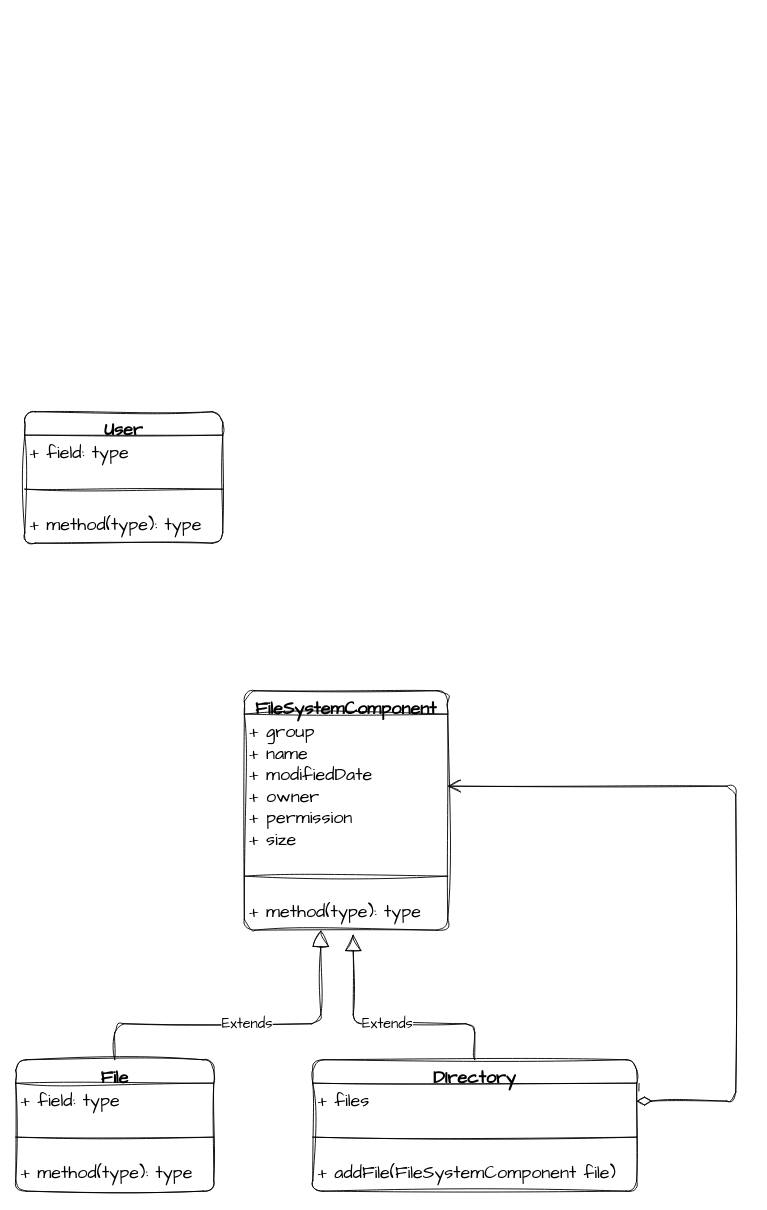
The draw.io diagram UML.drawio in Dekr0/SFS, before the edit. Source tidied: cells renumbered, new cells numbered last; positions are measured from the earlier drawing's top-left corner, leaving out a move shared by most shapes. Both pictures are drawn from the tidied source at 90%, with x=0, y=0 at pixel (15, 411).
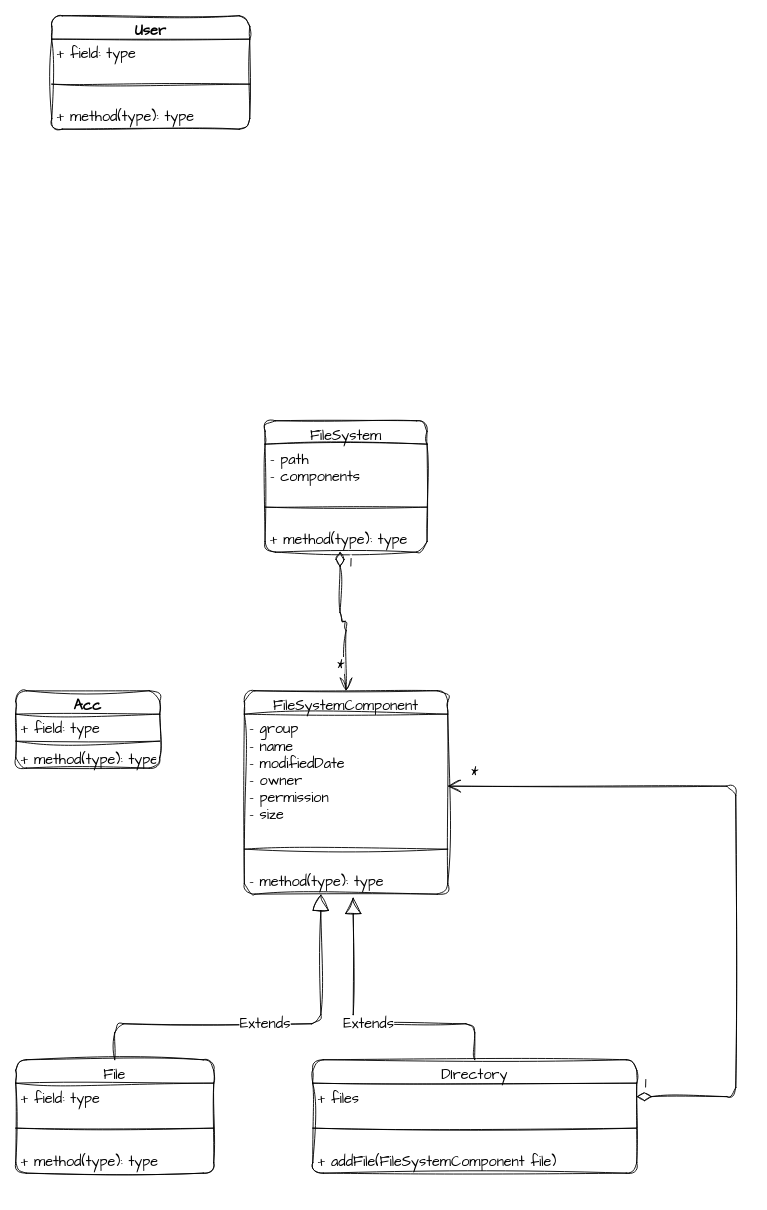
Above is the later version.

The edit, as a diff of the source:
```diff
@@
-    <mxCell id="2" value="FileSystemComponent&#10;" style="swimlane;fontStyle=1;align=center;verticalAlign=top;horizontal=1;startSize=26;rounded=1;hachureGap=4;fontFamily=Architects Daughter;fontSize=20;sketch=1;curveFitting=1;jiggle=2;" parent="1" vertex="1">
-      <mxGeometry x="254" y="310" width="226" height="266" as="geometry" />
+    <mxCell id="2" value="FileSystemComponent&#10;" style="swimlane;fontStyle=0;align=center;verticalAlign=top;horizontal=1;startSize=26;rounded=1;hachureGap=4;fontFamily=Architects Daughter;fontSize=16;sketch=1;curveFitting=1;jiggle=2;" parent="1" vertex="1">
+      <mxGeometry x="254" y="310" width="226" height="226" as="geometry" />
     </mxCell>
-    <mxCell id="3" value="+ group&#10;+ name&#10;+ modifiedDate&#10;+ owner&#10;+ permission&#10;+ size&#10;" style="text;strokeColor=none;fillColor=none;align=left;verticalAlign=top;spacingLeft=4;spacingRight=4;overflow=hidden;points=[[0,0.5],[1,0.5]];portConstraint=eastwest;rounded=1;hachureGap=4;fontFamily=Architects Daughter;fontSize=20;sketch=1;curveFitting=1;jiggle=2;" parent="2" vertex="1">
-      <mxGeometry y="26" width="226" height="160" as="geometry" />
+    <mxCell id="3" value="- group&#10;- name&#10;- modifiedDate&#10;- owner&#10;- permission&#10;- size&#10;" style="text;strokeColor=none;fillColor=none;align=left;verticalAlign=top;spacingLeft=4;spacingRight=4;overflow=hidden;points=[[0,0.5],[1,0.5]];portConstraint=eastwest;rounded=1;hachureGap=4;fontFamily=Architects Daughter;fontSize=16;sketch=1;curveFitting=1;jiggle=2;" parent="2" vertex="1">
+      <mxGeometry y="26" width="226" height="130" as="geometry" />
     </mxCell>
-    <mxCell id="4" style="line;strokeWidth=1;fillColor=none;align=left;verticalAlign=middle;spacingTop=-1;spacingLeft=3;spacingRight=3;labelPosition=right;strokeColor=inherit;rounded=1;hachureGap=4;fontFamily=Architects Daughter;fontSize=20;sketch=1;curveFitting=1;jiggle=2;" parent="2" vertex="1">
-      <mxGeometry y="186" width="226" height="40" as="geometry" />
+    <mxCell id="4" style="line;strokeWidth=1;fillColor=none;align=left;verticalAlign=middle;spacingTop=-1;spacingLeft=3;spacingRight=3;labelPosition=right;strokeColor=inherit;rounded=1;hachureGap=4;fontFamily=Architects Daughter;fontSize=16;sketch=1;curveFitting=1;jiggle=2;" parent="2" vertex="1">
+      <mxGeometry y="156" width="226" height="40" as="geometry" />
     </mxCell>
-    <mxCell id="5" value="+ method(type): type" style="text;strokeColor=none;fillColor=none;align=left;verticalAlign=top;spacingLeft=4;spacingRight=4;overflow=hidden;points=[[0,0.5],[1,0.5]];portConstraint=eastwest;rounded=1;hachureGap=4;fontFamily=Architects Daughter;fontSize=20;sketch=1;curveFitting=1;jiggle=2;" parent="2" vertex="1">
-      <mxGeometry y="226" width="226" height="40" as="geometry" />
+    <mxCell id="5" value="- method(type): type" style="text;strokeColor=none;fillColor=none;align=left;verticalAlign=top;spacingLeft=4;spacingRight=4;overflow=hidden;points=[[0,0.5],[1,0.5]];portConstraint=eastwest;rounded=1;hachureGap=4;fontFamily=Architects Daughter;fontSize=16;sketch=1;curveFitting=1;jiggle=2;" parent="2" vertex="1">
+      <mxGeometry y="196" width="226" height="30" as="geometry" />
     </mxCell>
-    <mxCell id="6" value="File" style="swimlane;fontStyle=1;align=center;verticalAlign=top;horizontal=1;startSize=26;rounded=1;hachureGap=4;fontFamily=Architects Daughter;fontSize=20;sketch=1;curveFitting=1;jiggle=2;" parent="1" vertex="1">
-      <mxGeometry y="720" width="220" height="146" as="geometry" />
+    <mxCell id="6" value="File" style="swimlane;fontStyle=0;align=center;verticalAlign=top;horizontal=1;startSize=26;rounded=1;hachureGap=4;fontFamily=Architects Daughter;fontSize=16;sketch=1;curveFitting=1;jiggle=2;" parent="1" vertex="1">
+      <mxGeometry y="720" width="220" height="126" as="geometry" />
     </mxCell>
-    <mxCell id="7" value="+ field: type" style="text;strokeColor=none;fillColor=none;align=left;verticalAlign=top;spacingLeft=4;spacingRight=4;overflow=hidden;rounded=1;hachureGap=4;fontFamily=Architects Daughter;fontSize=20;sketch=1;curveFitting=1;jiggle=2;" parent="6" vertex="1">
-      <mxGeometry y="26" width="220" height="40" as="geometry" />
+    <mxCell id="7" value="+ field: type" style="text;strokeColor=none;fillColor=none;align=left;verticalAlign=top;spacingLeft=4;spacingRight=4;overflow=hidden;rounded=1;hachureGap=4;fontFamily=Architects Daughter;fontSize=16;sketch=1;curveFitting=1;jiggle=2;" parent="6" vertex="1">
+      <mxGeometry y="26" width="220" height="30" as="geometry" />
     </mxCell>
-    <mxCell id="8" style="line;strokeWidth=1;fillColor=none;align=left;verticalAlign=middle;spacingTop=-1;spacingLeft=3;spacingRight=3;labelPosition=right;strokeColor=inherit;rounded=1;hachureGap=4;fontFamily=Architects Daughter;fontSize=20;sketch=1;curveFitting=1;jiggle=2;" parent="6" vertex="1">
-      <mxGeometry y="66" width="220" height="40" as="geometry" />
+    <mxCell id="8" style="line;strokeWidth=1;fillColor=none;align=left;verticalAlign=middle;spacingTop=-1;spacingLeft=3;spacingRight=3;labelPosition=right;strokeColor=inherit;rounded=1;hachureGap=4;fontFamily=Architects Daughter;fontSize=16;sketch=1;curveFitting=1;jiggle=2;" parent="6" vertex="1">
+      <mxGeometry y="56" width="220" height="40" as="geometry" />
     </mxCell>
-    <mxCell id="9" value="+ method(type): type" style="text;strokeColor=none;fillColor=none;align=left;verticalAlign=top;spacingLeft=4;spacingRight=4;overflow=hidden;rounded=1;hachureGap=4;fontFamily=Architects Daughter;fontSize=20;sketch=1;curveFitting=1;jiggle=2;" parent="6" vertex="1">
-      <mxGeometry y="106" width="220" height="40" as="geometry" />
+    <mxCell id="9" value="+ method(type): type" style="text;strokeColor=none;fillColor=none;align=left;verticalAlign=top;spacingLeft=4;spacingRight=4;overflow=hidden;rounded=1;hachureGap=4;fontFamily=Architects Daughter;fontSize=16;sketch=1;curveFitting=1;jiggle=2;" parent="6" vertex="1">
+      <mxGeometry y="96" width="220" height="30" as="geometry" />
     </mxCell>
-    <mxCell id="10" value="DIrectory" style="swimlane;fontStyle=1;align=center;verticalAlign=top;horizontal=1;startSize=26;rounded=1;hachureGap=4;fontFamily=Architects Daughter;fontSize=20;sketch=1;curveFitting=1;jiggle=2;" parent="1" vertex="1">
-      <mxGeometry x="330" y="720" width="360" height="146" as="geometry" />
+    <mxCell id="10" value="DIrectory" style="swimlane;fontStyle=0;align=center;verticalAlign=top;horizontal=1;startSize=26;rounded=1;hachureGap=4;fontFamily=Architects Daughter;fontSize=16;sketch=1;curveFitting=1;jiggle=2;" parent="1" vertex="1">
+      <mxGeometry x="330" y="720" width="360" height="126" as="geometry" />
     </mxCell>
-    <mxCell id="11" value="+ files&#10;" style="text;strokeColor=none;fillColor=none;align=left;verticalAlign=top;spacingLeft=4;spacingRight=4;overflow=hidden;points=[[0,0.5],[1,0.5]];portConstraint=eastwest;rounded=1;hachureGap=4;fontFamily=Architects Daughter;fontSize=20;sketch=1;curveFitting=1;jiggle=2;" parent="10" vertex="1">
-      <mxGeometry y="26" width="360" height="40" as="geometry" />
+    <mxCell id="11" value="+ files&#10;" style="text;strokeColor=none;fillColor=none;align=left;verticalAlign=top;spacingLeft=4;spacingRight=4;overflow=hidden;points=[[0,0.5],[1,0.5]];portConstraint=eastwest;rounded=1;hachureGap=4;fontFamily=Architects Daughter;fontSize=16;sketch=1;curveFitting=1;jiggle=2;" parent="10" vertex="1">
+      <mxGeometry y="26" width="360" height="30" as="geometry" />
     </mxCell>
-    <mxCell id="12" style="line;strokeWidth=1;fillColor=none;align=left;verticalAlign=middle;spacingTop=-1;spacingLeft=3;spacingRight=3;labelPosition=right;strokeColor=inherit;rounded=1;hachureGap=4;fontFamily=Architects Daughter;fontSize=20;sketch=1;curveFitting=1;jiggle=2;" parent="10" vertex="1">
-      <mxGeometry y="66" width="360" height="40" as="geometry" />
+    <mxCell id="12" style="line;strokeWidth=1;fillColor=none;align=left;verticalAlign=middle;spacingTop=-1;spacingLeft=3;spacingRight=3;labelPosition=right;strokeColor=inherit;rounded=1;hachureGap=4;fontFamily=Architects Daughter;fontSize=16;sketch=1;curveFitting=1;jiggle=2;" parent="10" vertex="1">
+      <mxGeometry y="56" width="360" height="40" as="geometry" />
     </mxCell>
-    <mxCell id="13" value="+ addFile(FileSystemComponent file)" style="text;strokeColor=none;fillColor=none;align=left;verticalAlign=top;spacingLeft=4;spacingRight=4;overflow=hidden;rounded=1;hachureGap=4;fontFamily=Architects Daughter;fontSize=20;sketch=1;curveFitting=1;jiggle=2;" parent="10" vertex="1">
-      <mxGeometry y="106" width="360" height="40" as="geometry" />
+    <mxCell id="13" value="+ addFile(FileSystemComponent file)" style="text;strokeColor=none;fillColor=none;align=left;verticalAlign=top;spacingLeft=4;spacingRight=4;overflow=hidden;rounded=1;hachureGap=4;fontFamily=Architects Daughter;fontSize=16;sketch=1;curveFitting=1;jiggle=2;" parent="10" vertex="1">
+      <mxGeometry y="96" width="360" height="30" as="geometry" />
     </mxCell>
-    <mxCell id="14" value="1" style="endArrow=open;html=1;endSize=12;startArrow=diamondThin;startSize=14;startFill=0;edgeStyle=orthogonalEdgeStyle;align=left;verticalAlign=bottom;rounded=1;sketch=1;hachureGap=4;jiggle=2;curveFitting=1;fontFamily=Architects Daughter;fontSize=16;exitX=1;exitY=0.5;exitDx=0;exitDy=0;entryX=1;entryY=0.5;entryDx=0;entryDy=0;" parent="1" edge="1" source="11" target="3">
-      <mxGeometry x="-1" y="3" relative="1" as="geometry">
+    <mxCell id="14" style="endArrow=open;html=1;endSize=12;startArrow=diamondThin;startSize=14;startFill=0;edgeStyle=orthogonalEdgeStyle;align=left;verticalAlign=bottom;rounded=1;sketch=1;hachureGap=4;jiggle=2;curveFitting=1;fontFamily=Architects Daughter;fontSize=16;exitX=1;exitY=0.5;exitDx=0;exitDy=0;" parent="1" edge="1" source="11" target="3">
+      <mxGeometry x="0.95" y="-15" relative="1" as="geometry">
         <Array as="points">
-          <mxPoint x="800" y="766" />
+          <mxPoint x="800" y="761" />
           <mxPoint x="800" y="416" />
         </Array>
       </mxGeometry>
     </mxCell>
+    <mxCell id="21" value="1" style="edgeLabel;html=1;align=center;verticalAlign=middle;fontSize=16;fontFamily=Architects Daughter;" parent="14" vertex="1">
+      <mxGeometry x="-0.92" y="1" relative="1" as="geometry">
+        <mxPoint x="-22" y="-14" as="offset" />
+      </mxGeometry>
+    </mxCell>
+    <mxCell id="22" value="*" style="edgeLabel;html=1;align=center;verticalAlign=middle;fontSize=16;fontFamily=Architects Daughter;" parent="14" vertex="1">
+      <mxGeometry x="0.98" relative="1" as="geometry">
+        <mxPoint x="21" y="-16" as="offset" />
+      </mxGeometry>
+    </mxCell>
@@
-    <mxCell id="17" value="User" style="swimlane;fontStyle=1;align=center;verticalAlign=top;horizontal=1;startSize=26;rounded=1;sketch=1;hachureGap=4;jiggle=2;curveFitting=1;fontFamily=Architects Daughter;fontSize=20;" parent="1" vertex="1">
-      <mxGeometry x="10" width="220" height="146" as="geometry" />
+    <mxCell id="17" value="User" style="swimlane;fontStyle=1;align=center;verticalAlign=top;horizontal=1;startSize=26;rounded=1;sketch=1;hachureGap=4;jiggle=2;curveFitting=1;fontFamily=Architects Daughter;fontSize=16;" parent="1" vertex="1">
+      <mxGeometry x="40" y="-440" width="220" height="126" as="geometry" />
     </mxCell>
-    <mxCell id="18" value="+ field: type" style="text;strokeColor=none;fillColor=none;align=left;verticalAlign=top;spacingLeft=4;spacingRight=4;overflow=hidden;rounded=1;sketch=1;hachureGap=4;jiggle=2;curveFitting=1;fontFamily=Architects Daughter;fontSize=20;" parent="17" vertex="1">
-      <mxGeometry y="26" width="220" height="40" as="geometry" />
+    <mxCell id="18" value="+ field: type" style="text;strokeColor=none;fillColor=none;align=left;verticalAlign=top;spacingLeft=4;spacingRight=4;overflow=hidden;rounded=1;sketch=1;hachureGap=4;jiggle=2;curveFitting=1;fontFamily=Architects Daughter;fontSize=16;" parent="17" vertex="1">
+      <mxGeometry y="26" width="220" height="30" as="geometry" />
     </mxCell>
-    <mxCell id="19" style="line;strokeWidth=1;fillColor=none;align=left;verticalAlign=middle;spacingTop=-1;spacingLeft=3;spacingRight=3;labelPosition=right;strokeColor=inherit;rounded=1;sketch=1;hachureGap=4;jiggle=2;curveFitting=1;fontFamily=Architects Daughter;fontSize=20;" parent="17" vertex="1">
-      <mxGeometry y="66" width="220" height="40" as="geometry" />
+    <mxCell id="19" style="line;strokeWidth=1;fillColor=none;align=left;verticalAlign=middle;spacingTop=-1;spacingLeft=3;spacingRight=3;labelPosition=right;strokeColor=inherit;rounded=1;sketch=1;hachureGap=4;jiggle=2;curveFitting=1;fontFamily=Architects Daughter;fontSize=16;" parent="17" vertex="1">
+      <mxGeometry y="56" width="220" height="40" as="geometry" />
     </mxCell>
-    <mxCell id="20" value="+ method(type): type" style="text;strokeColor=none;fillColor=none;align=left;verticalAlign=top;spacingLeft=4;spacingRight=4;overflow=hidden;rounded=1;sketch=1;hachureGap=4;jiggle=2;curveFitting=1;fontFamily=Architects Daughter;fontSize=20;" parent="17" vertex="1">
-      <mxGeometry y="106" width="220" height="40" as="geometry" />
+    <mxCell id="20" value="+ method(type): type" style="text;strokeColor=none;fillColor=none;align=left;verticalAlign=top;spacingLeft=4;spacingRight=4;overflow=hidden;rounded=1;sketch=1;hachureGap=4;jiggle=2;curveFitting=1;fontFamily=Architects Daughter;fontSize=16;" parent="17" vertex="1">
+      <mxGeometry y="96" width="220" height="30" as="geometry" />
     </mxCell>
+    <mxCell id="23" value="FileSystem" style="swimlane;fontStyle=0;align=center;verticalAlign=top;horizontal=1;startSize=26;rounded=1;sketch=1;hachureGap=4;jiggle=2;curveFitting=1;fontFamily=Architects Daughter;fontSize=16;" parent="1" vertex="1">
+      <mxGeometry x="277" y="10" width="180" height="146" as="geometry" />
+    </mxCell>
+    <mxCell id="24" value="- path&#10;- components" style="text;strokeColor=none;fillColor=none;align=left;verticalAlign=top;spacingLeft=4;spacingRight=4;overflow=hidden;rounded=1;sketch=1;hachureGap=4;jiggle=2;curveFitting=1;fontFamily=Architects Daughter;fontSize=16;" parent="23" vertex="1">
+      <mxGeometry y="26" width="180" height="50" as="geometry" />
+    </mxCell>
+    <mxCell id="25" style="line;strokeWidth=1;fillColor=none;align=left;verticalAlign=middle;spacingTop=-1;spacingLeft=3;spacingRight=3;labelPosition=right;strokeColor=inherit;rounded=1;sketch=1;hachureGap=4;jiggle=2;curveFitting=1;fontFamily=Architects Daughter;fontSize=16;" parent="23" vertex="1">
+      <mxGeometry y="76" width="180" height="40" as="geometry" />
+    </mxCell>
+    <mxCell id="26" value="+ method(type): type" style="text;strokeColor=none;fillColor=none;align=left;verticalAlign=top;spacingLeft=4;spacingRight=4;overflow=hidden;points=[[0,0.5],[1,0.5]];portConstraint=eastwest;rounded=1;sketch=1;hachureGap=4;jiggle=2;curveFitting=1;fontFamily=Architects Daughter;fontSize=16;" parent="23" vertex="1">
+      <mxGeometry y="116" width="180" height="30" as="geometry" />
+    </mxCell>
+    <mxCell id="27" value="1" style="endArrow=open;html=1;endSize=12;startArrow=diamondThin;startSize=14;startFill=0;edgeStyle=orthogonalEdgeStyle;align=left;verticalAlign=bottom;rounded=1;sketch=1;hachureGap=4;jiggle=2;curveFitting=1;fontFamily=Architects Daughter;fontSize=16;exitX=0.463;exitY=0.986;exitDx=0;exitDy=0;exitPerimeter=0;entryX=0.5;entryY=0;entryDx=0;entryDy=0;" parent="1" edge="1" source="26" target="2">
+      <mxGeometry x="-0.7" y="10" relative="1" as="geometry" />
+    </mxCell>
+    <mxCell id="28" value="*" style="edgeLabel;html=1;align=center;verticalAlign=middle;fontSize=16;fontFamily=Architects Daughter;" parent="27" vertex="1">
+      <mxGeometry x="0.65" y="-2" relative="1" as="geometry">
+        <mxPoint x="-5" as="offset" />
+      </mxGeometry>
+    </mxCell>
+    <mxCell id="29" value="Acc" style="swimlane;fontStyle=1;align=center;verticalAlign=top;horizontal=1;startSize=26;rounded=1;sketch=1;hachureGap=4;jiggle=2;curveFitting=1;fontFamily=Architects Daughter;fontSize=16;" parent="1" vertex="1">
+      <mxGeometry y="310" width="160" height="86" as="geometry" />
+    </mxCell>
+    <mxCell id="30" value="+ field: type" style="text;strokeColor=none;fillColor=none;align=left;verticalAlign=top;spacingLeft=4;spacingRight=4;overflow=hidden;rounded=1;sketch=1;hachureGap=4;jiggle=2;curveFitting=1;fontFamily=Architects Daughter;fontSize=16;" parent="29" vertex="1">
+      <mxGeometry y="26" width="160" height="26" as="geometry" />
+    </mxCell>
+    <mxCell id="31" style="line;strokeWidth=1;fillColor=none;align=left;verticalAlign=middle;spacingTop=-1;spacingLeft=3;spacingRight=3;labelPosition=right;strokeColor=inherit;rounded=1;sketch=1;hachureGap=4;jiggle=2;curveFitting=1;fontFamily=Architects Daughter;fontSize=16;" parent="29" vertex="1">
+      <mxGeometry y="52" width="160" height="8" as="geometry" />
+    </mxCell>
+    <mxCell id="32" value="+ method(type): type" style="text;strokeColor=none;fillColor=none;align=left;verticalAlign=top;spacingLeft=4;spacingRight=4;overflow=hidden;rounded=1;sketch=1;hachureGap=4;jiggle=2;curveFitting=1;fontFamily=Architects Daughter;fontSize=16;" parent="29" vertex="1">
+      <mxGeometry y="60" width="160" height="26" as="geometry" />
+    </mxCell>
```
